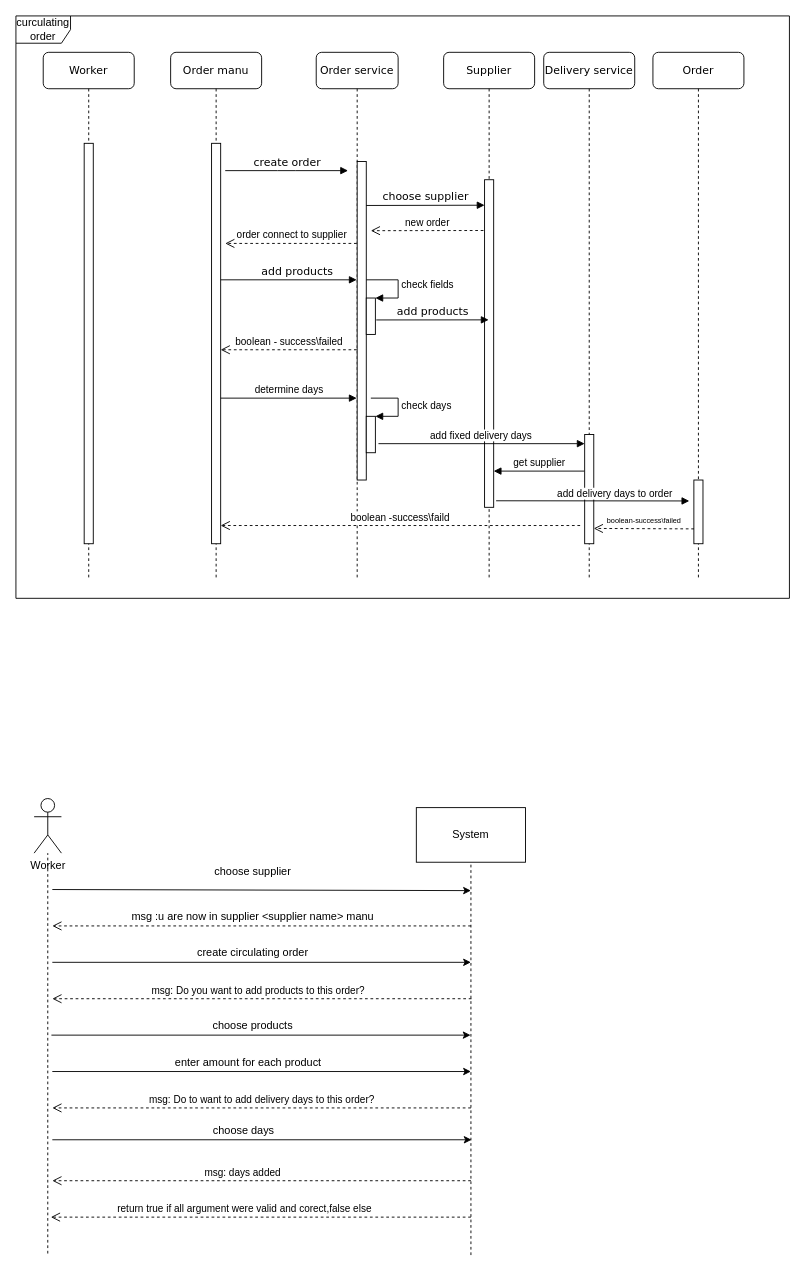
Naveavra/Market keeps this draw.io diagram as docs/use case diagram/sequence diagram scenario e.drawio. Above is the earlier version. Source tidied: cells renumbered, new cells numbered last; positions are measured from the earlier drawing's top-left corner, leaving out a move shared by most shapes. Both pictures are drawn from the tidied source at 91%, with x=0, y=0 at pixel (15, 15).
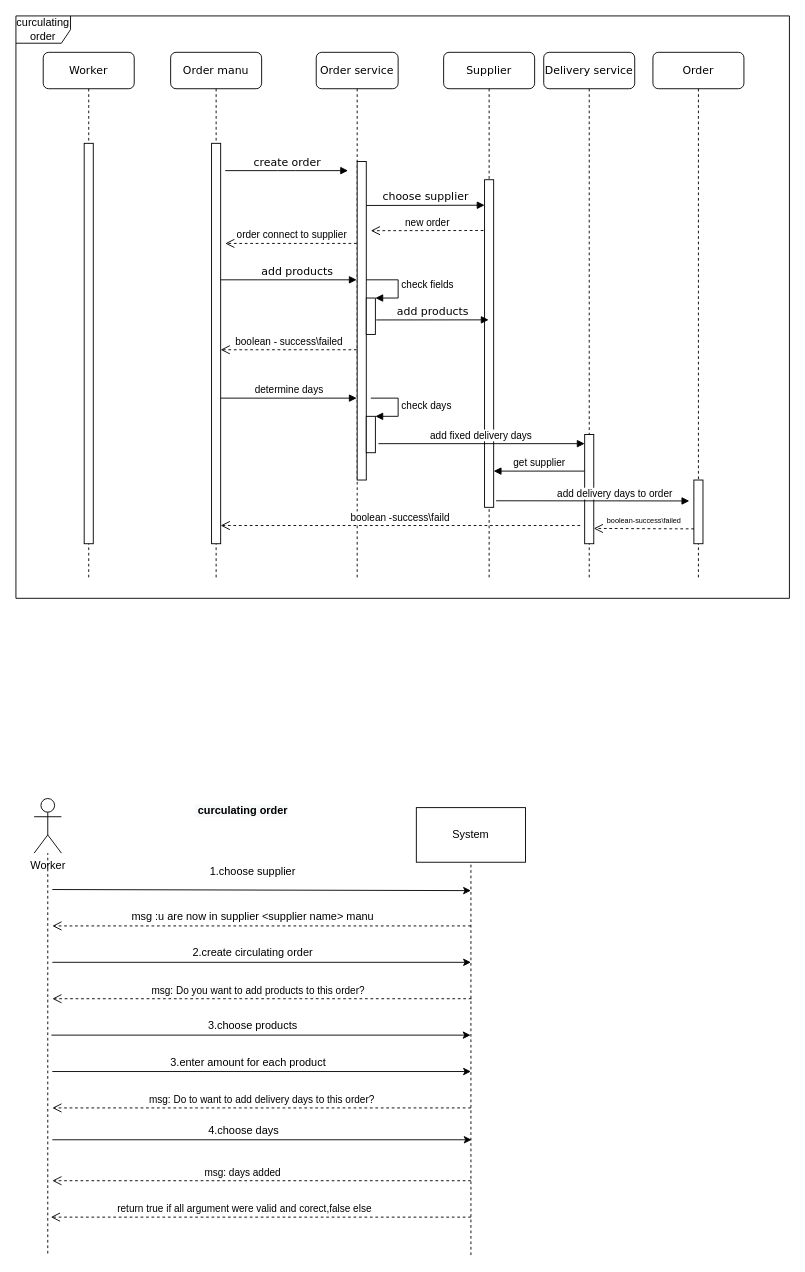
The same page after the edit.

Change to the diagram source:
```diff
@@
-    <mxCell id="36" value="create circulating order" style="text;html=1;align=center;verticalAlign=middle;strokeColor=none;fillColor=none;" parent="1" vertex="1">
-      <mxGeometry x="190" y="1020" width="140" height="20" as="geometry" />
+    <mxCell id="36" value="2.create circulating order" style="text;html=1;align=center;verticalAlign=middle;strokeColor=none;fillColor=none;" parent="1" vertex="1">
+      <mxGeometry x="185" y="1020" width="150" height="20" as="geometry" />
     </mxCell>
-    <mxCell id="37" value="choose supplier" style="text;html=1;align=center;verticalAlign=middle;strokeColor=none;fillColor=none;" parent="1" vertex="1">
-      <mxGeometry x="210" y="930" width="100" height="20" as="geometry" />
+    <mxCell id="37" value="1.choose supplier" style="text;html=1;align=center;verticalAlign=middle;strokeColor=none;fillColor=none;" parent="1" vertex="1">
+      <mxGeometry x="205" y="930" width="110" height="20" as="geometry" />
     </mxCell>
@@
-    <mxCell id="41" value="choose products" style="text;html=1;align=center;verticalAlign=middle;strokeColor=none;fillColor=none;" parent="1" vertex="1">
-      <mxGeometry x="210" y="1100" width="100" height="20" as="geometry" />
+    <mxCell id="41" value="3.choose products" style="text;html=1;align=center;verticalAlign=middle;strokeColor=none;fillColor=none;" parent="1" vertex="1">
+      <mxGeometry x="205" y="1100" width="110" height="20" as="geometry" />
     </mxCell>
@@
-    <mxCell id="46" value="choose days" style="text;html=1;align=center;verticalAlign=middle;strokeColor=none;fillColor=none;" parent="1" vertex="1">
-      <mxGeometry x="210" y="1215" width="80" height="20" as="geometry" />
+    <mxCell id="46" value="4.choose days" style="text;html=1;align=center;verticalAlign=middle;strokeColor=none;fillColor=none;" parent="1" vertex="1">
+      <mxGeometry x="205" y="1215" width="90" height="20" as="geometry" />
     </mxCell>
@@
-    <mxCell id="51" value="enter amount for each product" style="text;html=1;align=center;verticalAlign=middle;strokeColor=none;fillColor=none;" parent="1" vertex="1">
-      <mxGeometry x="165" y="1140" width="180" height="20" as="geometry" />
+    <mxCell id="51" value="3.enter amount for each product" style="text;html=1;align=center;verticalAlign=middle;strokeColor=none;fillColor=none;" parent="1" vertex="1">
+      <mxGeometry x="160" y="1140" width="190" height="20" as="geometry" />
     </mxCell>
+    <mxCell id="52" value="&lt;span style=&quot;color: rgb(0, 0, 0); font-family: Helvetica; font-size: 12px; font-style: normal; font-variant-ligatures: normal; font-variant-caps: normal; letter-spacing: normal; orphans: 2; text-align: center; text-indent: 0px; text-transform: none; widows: 2; word-spacing: 0px; -webkit-text-stroke-width: 0px; background-color: rgb(248, 249, 250); text-decoration-thickness: initial; text-decoration-style: initial; text-decoration-color: initial; float: none; display: inline !important;&quot;&gt;&amp;nbsp;curculating order&lt;/span&gt;" style="text;whiteSpace=wrap;html=1;fontStyle=1;" parent="1" vertex="1">
+      <mxGeometry x="195" y="860" width="110" height="30" as="geometry" />
+    </mxCell>
```
